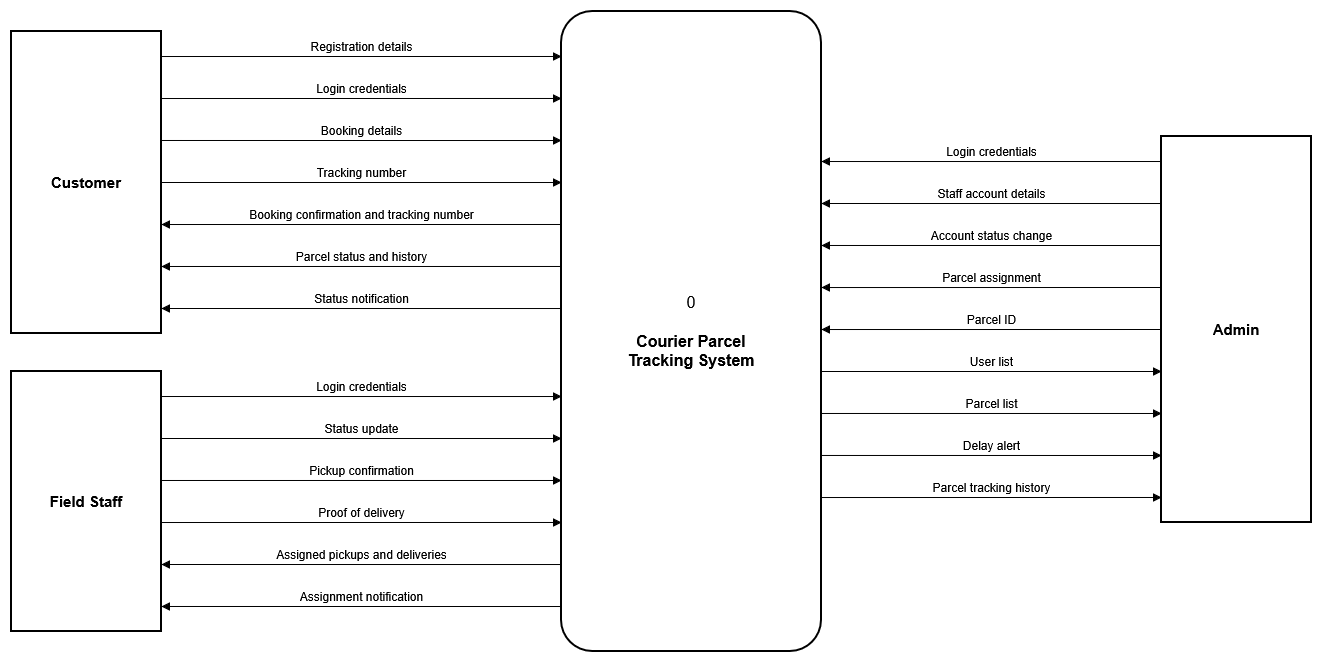
COE420-Team10-F26/Courier_parcel_tracking_system keeps this draw.io diagram as Project/Data_Flow_Modeling/Context_Diagram/Context_Diagram.png. Above is the earlier version. Source tidied: cells renumbered, new cells last; positions are measured from the earlier drawing's top-left corner, leaving out a move shared by most shapes.
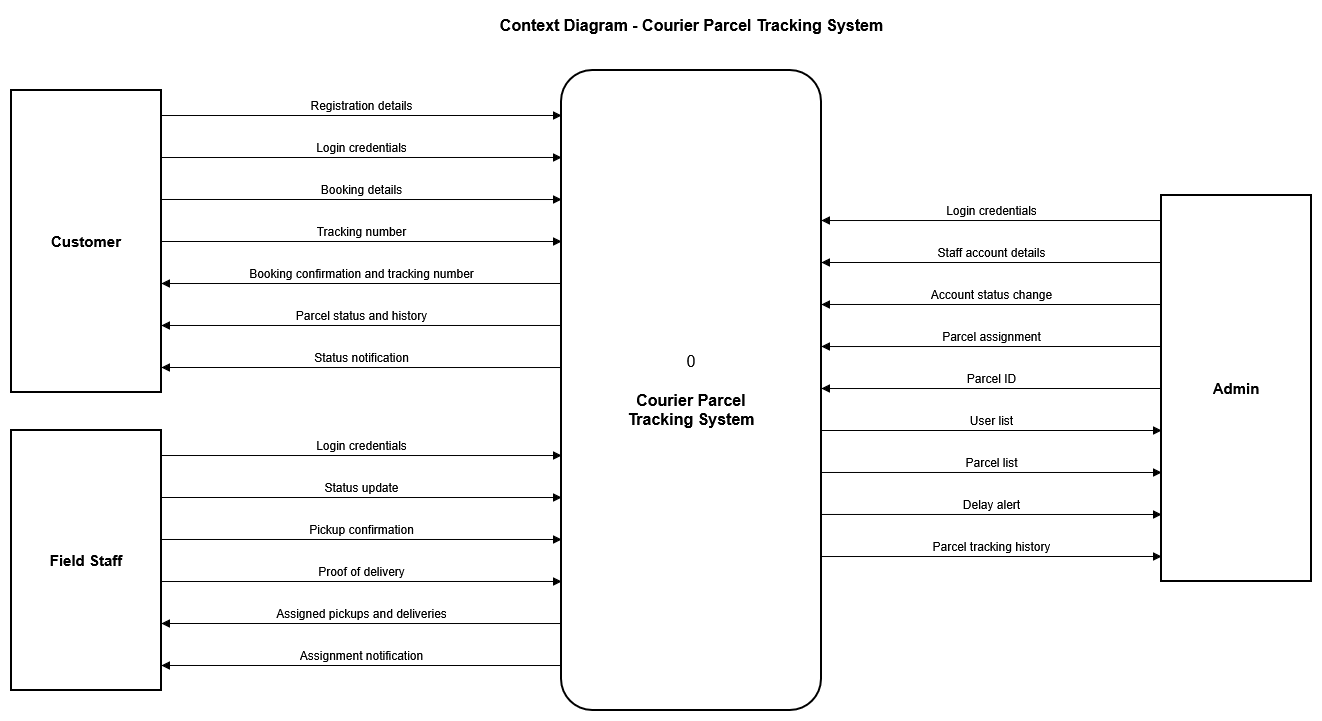
After the commit.

Commit message:
Add title to context diagram

Diff of the diagram source:
```diff
@@ -3,82 +3,85 @@
     <mxCell id="0" />
     <mxCell id="1" parent="0" />
     <mxCell id="2" value="0&lt;br&gt;&lt;br&gt;&lt;b&gt;Courier Parcel&lt;br&gt;Tracking System&lt;/b&gt;" style="rounded=1;whiteSpace=wrap;html=1;fontSize=16;arcSize=12;strokeWidth=2;fillColor=#ffffff;" parent="1" vertex="1">
-      <mxGeometry x="550" width="260" height="640" as="geometry" />
+      <mxGeometry x="550" y="50" width="260" height="640" as="geometry" />
     </mxCell>
-    <mxCell id="3" value="Customer" style="rounded=0;whiteSpace=wrap;html=1;fontSize=15;fontStyle=1;strokeWidth=2;fillColor=#ffffff;" parent="1" vertex="1">
-      <mxGeometry y="20" width="150" height="302" as="geometry" />
+    <mxCell id="3" value="Context Diagram - Courier Parcel Tracking System" style="text;html=1;align=center;verticalAlign=middle;fontSize=16;fontStyle=1;strokeColor=none;fillColor=none;" parent="1" vertex="1">
+      <mxGeometry x="380" y="-10" width="600" height="30" as="geometry" />
     </mxCell>
-    <mxCell id="4" value="Registration details" style="edgeStyle=none;html=1;fontSize=12;endArrow=block;endFill=1;verticalAlign=bottom;labelBackgroundColor=none;exitX=1;exitY=0.0828;entryX=0;entryY=0.0703;" parent="1" edge="1" source="3" target="2">
-      <mxGeometry relative="1" as="geometry" />
+    <mxCell id="4" value="Customer" style="rounded=0;whiteSpace=wrap;html=1;fontSize=15;fontStyle=1;strokeWidth=2;fillColor=#ffffff;" parent="1" vertex="1">
+      <mxGeometry y="70" width="150" height="302" as="geometry" />
     </mxCell>
-    <mxCell id="5" value="Login credentials" style="edgeStyle=none;html=1;fontSize=12;endArrow=block;endFill=1;verticalAlign=bottom;labelBackgroundColor=none;exitX=1;exitY=0.2219;entryX=0;entryY=0.1359;" parent="1" edge="1" source="3" target="2">
+    <mxCell id="5" value="Registration details" style="edgeStyle=none;html=1;fontSize=12;endArrow=block;endFill=1;verticalAlign=bottom;labelBackgroundColor=none;exitX=1;exitY=0.0828;entryX=0;entryY=0.0703;" parent="1" edge="1" source="4" target="2">
       <mxGeometry relative="1" as="geometry" />
     </mxCell>
-    <mxCell id="6" value="Booking details" style="edgeStyle=none;html=1;fontSize=12;endArrow=block;endFill=1;verticalAlign=bottom;labelBackgroundColor=none;exitX=1;exitY=0.3609;entryX=0;entryY=0.2016;" parent="1" edge="1" source="3" target="2">
+    <mxCell id="6" value="Login credentials" style="edgeStyle=none;html=1;fontSize=12;endArrow=block;endFill=1;verticalAlign=bottom;labelBackgroundColor=none;exitX=1;exitY=0.2219;entryX=0;entryY=0.1359;" parent="1" edge="1" source="4" target="2">
       <mxGeometry relative="1" as="geometry" />
     </mxCell>
-    <mxCell id="7" value="Tracking number" style="edgeStyle=none;html=1;fontSize=12;endArrow=block;endFill=1;verticalAlign=bottom;labelBackgroundColor=none;exitX=1;exitY=0.5;entryX=0;entryY=0.2672;" parent="1" edge="1" source="3" target="2">
+    <mxCell id="7" value="Booking details" style="edgeStyle=none;html=1;fontSize=12;endArrow=block;endFill=1;verticalAlign=bottom;labelBackgroundColor=none;exitX=1;exitY=0.3609;entryX=0;entryY=0.2016;" parent="1" edge="1" source="4" target="2">
       <mxGeometry relative="1" as="geometry" />
     </mxCell>
-    <mxCell id="8" value="Booking confirmation and tracking number" style="edgeStyle=none;html=1;fontSize=12;endArrow=block;endFill=1;verticalAlign=bottom;labelBackgroundColor=none;exitX=0;exitY=0.3328;entryX=1;entryY=0.6391;" parent="1" edge="1" source="2" target="3">
+    <mxCell id="8" value="Tracking number" style="edgeStyle=none;html=1;fontSize=12;endArrow=block;endFill=1;verticalAlign=bottom;labelBackgroundColor=none;exitX=1;exitY=0.5;entryX=0;entryY=0.2672;" parent="1" edge="1" source="4" target="2">
       <mxGeometry relative="1" as="geometry" />
     </mxCell>
-    <mxCell id="9" value="Parcel status and history" style="edgeStyle=none;html=1;fontSize=12;endArrow=block;endFill=1;verticalAlign=bottom;labelBackgroundColor=none;exitX=0;exitY=0.3984;entryX=1;entryY=0.7781;" parent="1" edge="1" source="2" target="3">
+    <mxCell id="9" value="Booking confirmation and tracking number" style="edgeStyle=none;html=1;fontSize=12;endArrow=block;endFill=1;verticalAlign=bottom;labelBackgroundColor=none;exitX=0;exitY=0.3328;entryX=1;entryY=0.6391;" parent="1" edge="1" source="2" target="4">
       <mxGeometry relative="1" as="geometry" />
     </mxCell>
-    <mxCell id="10" value="Status notification" style="edgeStyle=none;html=1;fontSize=12;endArrow=block;endFill=1;verticalAlign=bottom;labelBackgroundColor=none;exitX=0;exitY=0.4641;entryX=1;entryY=0.9172;" parent="1" edge="1" source="2" target="3">
+    <mxCell id="10" value="Parcel status and history" style="edgeStyle=none;html=1;fontSize=12;endArrow=block;endFill=1;verticalAlign=bottom;labelBackgroundColor=none;exitX=0;exitY=0.3984;entryX=1;entryY=0.7781;" parent="1" edge="1" source="2" target="4">
       <mxGeometry relative="1" as="geometry" />
     </mxCell>
-    <mxCell id="11" value="Field Staff" style="rounded=0;whiteSpace=wrap;html=1;fontSize=15;fontStyle=1;strokeWidth=2;fillColor=#ffffff;" parent="1" vertex="1">
-      <mxGeometry y="360" width="150" height="260" as="geometry" />
+    <mxCell id="11" value="Status notification" style="edgeStyle=none;html=1;fontSize=12;endArrow=block;endFill=1;verticalAlign=bottom;labelBackgroundColor=none;exitX=0;exitY=0.4641;entryX=1;entryY=0.9172;" parent="1" edge="1" source="2" target="4">
+      <mxGeometry relative="1" as="geometry" />
     </mxCell>
-    <mxCell id="12" value="Login credentials" style="edgeStyle=none;html=1;fontSize=12;endArrow=block;endFill=1;verticalAlign=bottom;labelBackgroundColor=none;exitX=1;exitY=0.0962;entryX=0;entryY=0.6016;" parent="1" edge="1" source="11" target="2">
-      <mxGeometry relative="1" as="geometry" />
+    <mxCell id="12" value="Field Staff" style="rounded=0;whiteSpace=wrap;html=1;fontSize=15;fontStyle=1;strokeWidth=2;fillColor=#ffffff;" parent="1" vertex="1">
+      <mxGeometry y="410" width="150" height="260" as="geometry" />
     </mxCell>
-    <mxCell id="13" value="Status update" style="edgeStyle=none;html=1;fontSize=12;endArrow=block;endFill=1;verticalAlign=bottom;labelBackgroundColor=none;exitX=1;exitY=0.2577;entryX=0;entryY=0.6672;" parent="1" edge="1" source="11" target="2">
+    <mxCell id="13" value="Login credentials" style="edgeStyle=none;html=1;fontSize=12;endArrow=block;endFill=1;verticalAlign=bottom;labelBackgroundColor=none;exitX=1;exitY=0.0962;entryX=0;entryY=0.6016;" parent="1" edge="1" source="12" target="2">
       <mxGeometry relative="1" as="geometry" />
     </mxCell>
-    <mxCell id="14" value="Pickup confirmation" style="edgeStyle=none;html=1;fontSize=12;endArrow=block;endFill=1;verticalAlign=bottom;labelBackgroundColor=none;exitX=1;exitY=0.4192;entryX=0;entryY=0.7328;" parent="1" edge="1" source="11" target="2">
+    <mxCell id="14" value="Status update" style="edgeStyle=none;html=1;fontSize=12;endArrow=block;endFill=1;verticalAlign=bottom;labelBackgroundColor=none;exitX=1;exitY=0.2577;entryX=0;entryY=0.6672;" parent="1" edge="1" source="12" target="2">
       <mxGeometry relative="1" as="geometry" />
     </mxCell>
-    <mxCell id="15" value="Proof of delivery" style="edgeStyle=none;html=1;fontSize=12;endArrow=block;endFill=1;verticalAlign=bottom;labelBackgroundColor=none;exitX=1;exitY=0.5808;entryX=0;entryY=0.7984;" parent="1" edge="1" source="11" target="2">
+    <mxCell id="15" value="Pickup confirmation" style="edgeStyle=none;html=1;fontSize=12;endArrow=block;endFill=1;verticalAlign=bottom;labelBackgroundColor=none;exitX=1;exitY=0.4192;entryX=0;entryY=0.7328;" parent="1" edge="1" source="12" target="2">
       <mxGeometry relative="1" as="geometry" />
     </mxCell>
-    <mxCell id="16" value="Assigned pickups and deliveries" style="edgeStyle=none;html=1;fontSize=12;endArrow=block;endFill=1;verticalAlign=bottom;labelBackgroundColor=none;exitX=0;exitY=0.8641;entryX=1;entryY=0.7423;" parent="1" edge="1" source="2" target="11">
+    <mxCell id="16" value="Proof of delivery" style="edgeStyle=none;html=1;fontSize=12;endArrow=block;endFill=1;verticalAlign=bottom;labelBackgroundColor=none;exitX=1;exitY=0.5808;entryX=0;entryY=0.7984;" parent="1" edge="1" source="12" target="2">
       <mxGeometry relative="1" as="geometry" />
     </mxCell>
-    <mxCell id="17" value="Assignment notification" style="edgeStyle=none;html=1;fontSize=12;endArrow=block;endFill=1;verticalAlign=bottom;labelBackgroundColor=none;exitX=0;exitY=0.9297;entryX=1;entryY=0.9038;" parent="1" edge="1" source="2" target="11">
+    <mxCell id="17" value="Assigned pickups and deliveries" style="edgeStyle=none;html=1;fontSize=12;endArrow=block;endFill=1;verticalAlign=bottom;labelBackgroundColor=none;exitX=0;exitY=0.8641;entryX=1;entryY=0.7423;" parent="1" edge="1" source="2" target="12">
       <mxGeometry relative="1" as="geometry" />
     </mxCell>
-    <mxCell id="18" value="Admin" style="rounded=0;whiteSpace=wrap;html=1;fontSize=15;fontStyle=1;strokeWidth=2;fillColor=#ffffff;" parent="1" vertex="1">
-      <mxGeometry x="1150" y="125" width="150" height="386" as="geometry" />
+    <mxCell id="18" value="Assignment notification" style="edgeStyle=none;html=1;fontSize=12;endArrow=block;endFill=1;verticalAlign=bottom;labelBackgroundColor=none;exitX=0;exitY=0.9297;entryX=1;entryY=0.9038;" parent="1" edge="1" source="2" target="12">
+      <mxGeometry relative="1" as="geometry" />
     </mxCell>
-    <mxCell id="19" value="Login credentials" style="edgeStyle=none;html=1;fontSize=12;endArrow=block;endFill=1;verticalAlign=bottom;labelBackgroundColor=none;exitX=0;exitY=0.0648;entryX=1;entryY=0.2344;" parent="1" edge="1" source="18" target="2">
-      <mxGeometry relative="1" as="geometry" />
+    <mxCell id="19" value="Admin" style="rounded=0;whiteSpace=wrap;html=1;fontSize=15;fontStyle=1;strokeWidth=2;fillColor=#ffffff;" parent="1" vertex="1">
+      <mxGeometry x="1150" y="175" width="150" height="386" as="geometry" />
     </mxCell>
-    <mxCell id="20" value="Staff account details" style="edgeStyle=none;html=1;fontSize=12;endArrow=block;endFill=1;verticalAlign=bottom;labelBackgroundColor=none;exitX=0;exitY=0.1736;entryX=1;entryY=0.3;" parent="1" edge="1" source="18" target="2">
+    <mxCell id="20" value="Login credentials" style="edgeStyle=none;html=1;fontSize=12;endArrow=block;endFill=1;verticalAlign=bottom;labelBackgroundColor=none;exitX=0;exitY=0.0648;entryX=1;entryY=0.2344;" parent="1" edge="1" source="19" target="2">
       <mxGeometry relative="1" as="geometry" />
     </mxCell>
-    <mxCell id="21" value="Account status change" style="edgeStyle=none;html=1;fontSize=12;endArrow=block;endFill=1;verticalAlign=bottom;labelBackgroundColor=none;exitX=0;exitY=0.2824;entryX=1;entryY=0.3656;" parent="1" edge="1" source="18" target="2">
+    <mxCell id="21" value="Staff account details" style="edgeStyle=none;html=1;fontSize=12;endArrow=block;endFill=1;verticalAlign=bottom;labelBackgroundColor=none;exitX=0;exitY=0.1736;entryX=1;entryY=0.3;" parent="1" edge="1" source="19" target="2">
       <mxGeometry relative="1" as="geometry" />
     </mxCell>
-    <mxCell id="22" value="Parcel assignment" style="edgeStyle=none;html=1;fontSize=12;endArrow=block;endFill=1;verticalAlign=bottom;labelBackgroundColor=none;exitX=0;exitY=0.3912;entryX=1;entryY=0.4313;" parent="1" edge="1" source="18" target="2">
+    <mxCell id="22" value="Account status change" style="edgeStyle=none;html=1;fontSize=12;endArrow=block;endFill=1;verticalAlign=bottom;labelBackgroundColor=none;exitX=0;exitY=0.2824;entryX=1;entryY=0.3656;" parent="1" edge="1" source="19" target="2">
       <mxGeometry relative="1" as="geometry" />
     </mxCell>
-    <mxCell id="23" value="Parcel ID" style="edgeStyle=none;html=1;fontSize=12;endArrow=block;endFill=1;verticalAlign=bottom;labelBackgroundColor=none;exitX=0;exitY=0.5;entryX=1;entryY=0.4969;" parent="1" edge="1" source="18" target="2">
+    <mxCell id="23" value="Parcel assignment" style="edgeStyle=none;html=1;fontSize=12;endArrow=block;endFill=1;verticalAlign=bottom;labelBackgroundColor=none;exitX=0;exitY=0.3912;entryX=1;entryY=0.4313;" parent="1" edge="1" source="19" target="2">
       <mxGeometry relative="1" as="geometry" />
     </mxCell>
-    <mxCell id="24" value="User list" style="edgeStyle=none;html=1;fontSize=12;endArrow=block;endFill=1;verticalAlign=bottom;labelBackgroundColor=none;exitX=1;exitY=0.5625;entryX=0;entryY=0.6088;" parent="1" edge="1" source="2" target="18">
+    <mxCell id="24" value="Parcel ID" style="edgeStyle=none;html=1;fontSize=12;endArrow=block;endFill=1;verticalAlign=bottom;labelBackgroundColor=none;exitX=0;exitY=0.5;entryX=1;entryY=0.4969;" parent="1" edge="1" source="19" target="2">
       <mxGeometry relative="1" as="geometry" />
     </mxCell>
-    <mxCell id="25" value="Parcel list" style="edgeStyle=none;html=1;fontSize=12;endArrow=block;endFill=1;verticalAlign=bottom;labelBackgroundColor=none;exitX=1;exitY=0.6281;entryX=0;entryY=0.7176;" parent="1" edge="1" source="2" target="18">
+    <mxCell id="25" value="User list" style="edgeStyle=none;html=1;fontSize=12;endArrow=block;endFill=1;verticalAlign=bottom;labelBackgroundColor=none;exitX=1;exitY=0.5625;entryX=0;entryY=0.6088;" parent="1" edge="1" source="2" target="19">
       <mxGeometry relative="1" as="geometry" />
     </mxCell>
-    <mxCell id="26" value="Delay alert" style="edgeStyle=none;html=1;fontSize=12;endArrow=block;endFill=1;verticalAlign=bottom;labelBackgroundColor=none;exitX=1;exitY=0.6937;entryX=0;entryY=0.8264;" parent="1" edge="1" source="2" target="18">
+    <mxCell id="26" value="Parcel list" style="edgeStyle=none;html=1;fontSize=12;endArrow=block;endFill=1;verticalAlign=bottom;labelBackgroundColor=none;exitX=1;exitY=0.6281;entryX=0;entryY=0.7176;" parent="1" edge="1" source="2" target="19">
       <mxGeometry relative="1" as="geometry" />
     </mxCell>
-    <mxCell id="27" value="Parcel tracking history" style="edgeStyle=none;html=1;fontSize=12;endArrow=block;endFill=1;verticalAlign=bottom;labelBackgroundColor=none;exitX=1;exitY=0.7594;entryX=0;entryY=0.9352;" parent="1" edge="1" source="2" target="18">
+    <mxCell id="27" value="Delay alert" style="edgeStyle=none;html=1;fontSize=12;endArrow=block;endFill=1;verticalAlign=bottom;labelBackgroundColor=none;exitX=1;exitY=0.6937;entryX=0;entryY=0.8264;" parent="1" edge="1" source="2" target="19">
       <mxGeometry relative="1" as="geometry" />
     </mxCell>
+    <mxCell id="28" value="Parcel tracking history" style="edgeStyle=none;html=1;fontSize=12;endArrow=block;endFill=1;verticalAlign=bottom;labelBackgroundColor=none;exitX=1;exitY=0.7594;entryX=0;entryY=0.9352;" parent="1" edge="1" source="2" target="19">
+      <mxGeometry relative="1" as="geometry" />
+    </mxCell>
   </root>
 </mxGraphModel>
```
